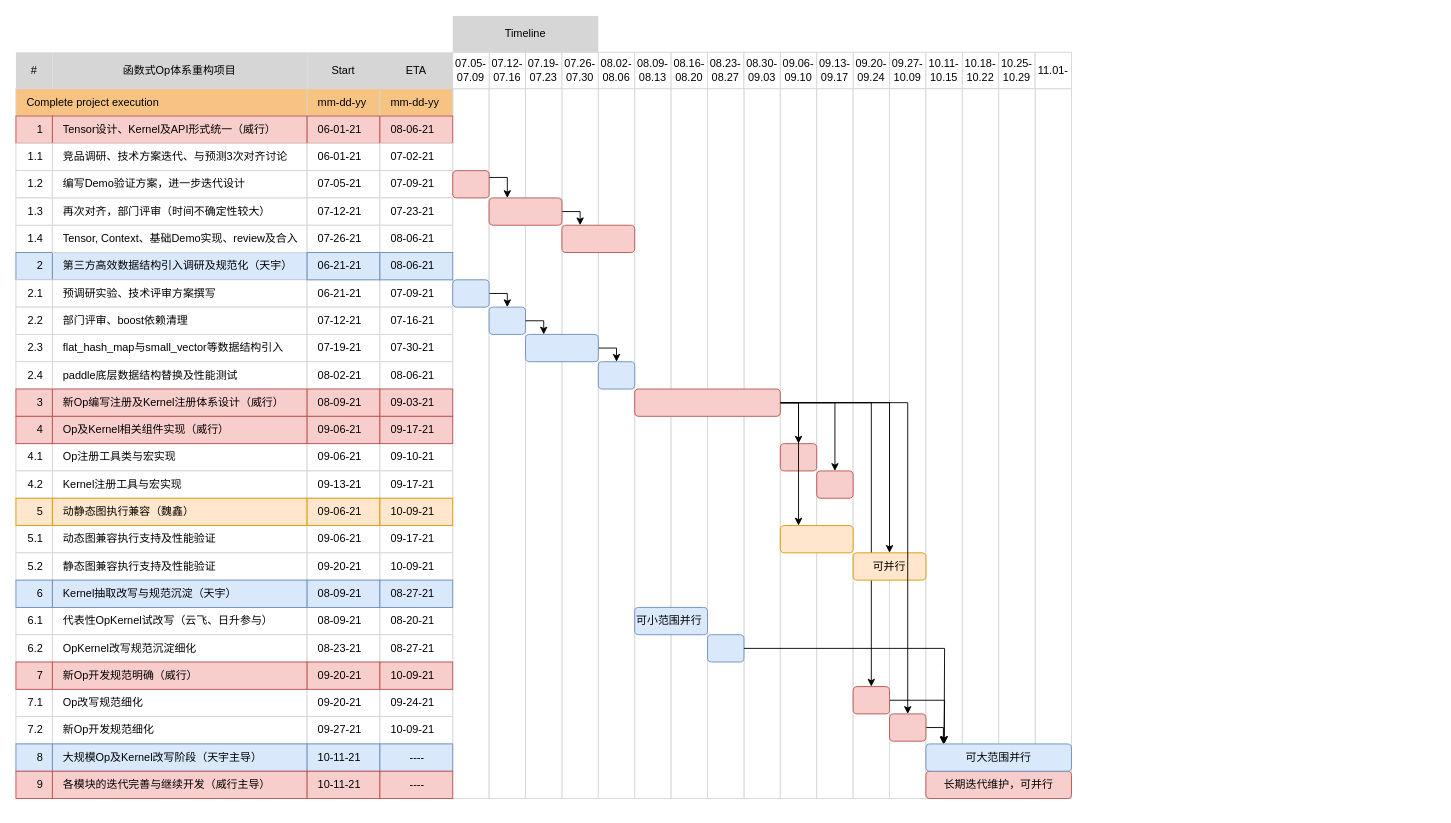
This is gantt.drawio from chenwhql/diagrams, a draw.io file, before an edit. Source tidied: cells renumbered, new cells numbered last; positions are measured from the earlier drawing's top-left corner, leaving out a move shared by most shapes. Both pictures are drawn from the tidied source at 91%, with x=0, y=0 at pixel (15, 15).
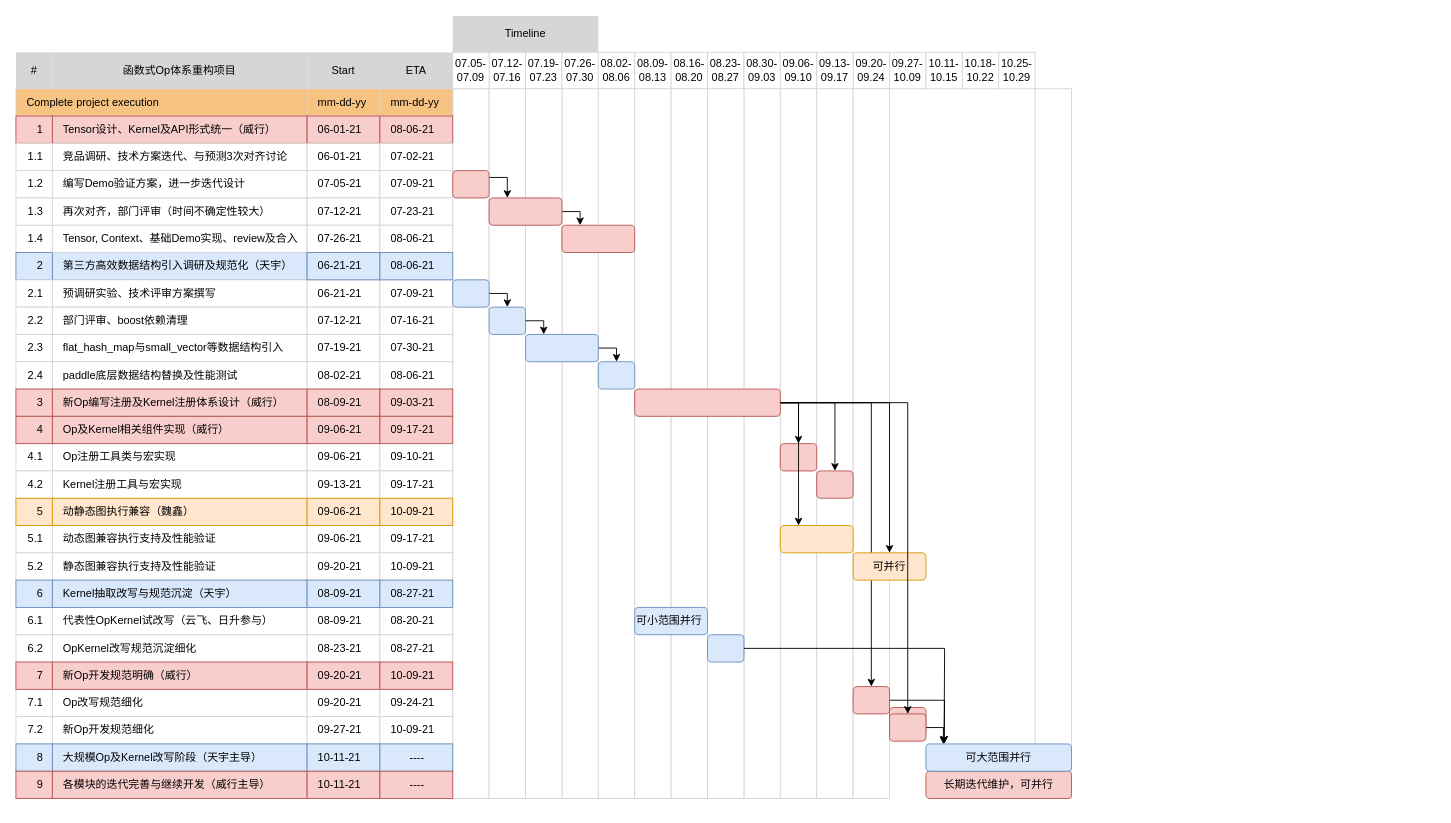
After the change.

The edit, as a diff of the source:
```diff
@@
-    <mxCell id="162" style="group;" parent="1" vertex="1">
-      <mxGeometry x="1160" y="70" width="400" height="800" as="geometry" />
-    </mxCell>
-    <mxCell id="163" style="rounded=0;whiteSpace=wrap;html=1;strokeColor=#D6D6D6;fillColor=#FFFFFF;" parent="162" vertex="1">
-      <mxGeometry x="-200" y="10" width="40" height="780" as="geometry" />
-    </mxCell>
-    <mxCell id="164" style="rounded=0;whiteSpace=wrap;html=1;strokeColor=#D6D6D6;fillColor=#FFFFFF;" parent="162" vertex="1">
-      <mxGeometry x="-160" y="10" width="40" height="780" as="geometry" />
-    </mxCell>
-    <mxCell id="165" style="rounded=0;whiteSpace=wrap;html=1;strokeColor=#D6D6D6;fillColor=#FFFFFF;" parent="162" vertex="1">
-      <mxGeometry x="-120" y="10" width="40" height="780" as="geometry" />
-    </mxCell>
-    <mxCell id="166" value="11.01-" style="whiteSpace=wrap;html=1;strokeColor=#D6D6D6;strokeWidth=1;fillColor=#FFFFFF;fontColor=#000000;align=center;" parent="162" vertex="1">
-      <mxGeometry x="-40" y="-30" width="40" height="40" as="geometry" />
-    </mxCell>
-    <mxCell id="167" style="rounded=0;whiteSpace=wrap;html=1;strokeColor=#D6D6D6;fillColor=#FFFFFF;" parent="162" vertex="1">
-      <mxGeometry x="-80" y="10" width="40" height="780" as="geometry" />
-    </mxCell>
```
